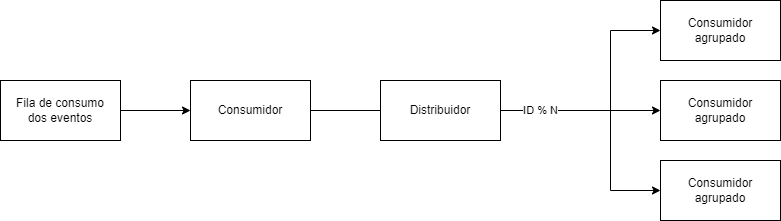
Above: scalability/pt-br/ProcessamentoSequencialAgrupado.drawio.png in brunodeuner/awesome-software-architecture (draw.io), before the change. Source tidied: cells renumbered, new cells last; positions are measured from the earlier drawing's top-left corner, leaving out a move shared by most shapes.
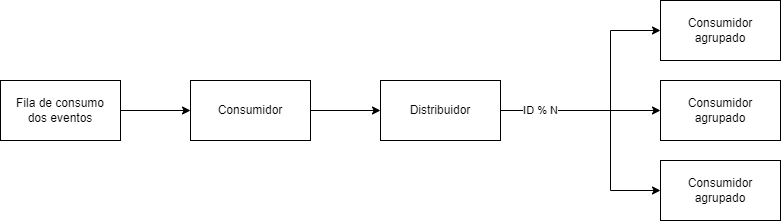
Later version of the same file.

Commit message:
ajustado seta no drawio no fluxo de ProcessamentoSequencialAgrupado

Diff of the diagram source:
```diff
@@ -24,6 +24,9 @@
         </Array>
       </mxGeometry>
     </mxCell>
+    <mxCell id="14" style="edgeStyle=orthogonalEdgeStyle;rounded=0;jettySize=auto;html=1;" parent="1" edge="1" source="6" target="13">
+      <mxGeometry relative="1" as="geometry" />
+    </mxCell>
     <mxCell id="6" value="Consumidor" style="rounded=0;whiteSpace=wrap;html=1;" parent="1" vertex="1">
       <mxGeometry x="190" y="80" width="120" height="60" as="geometry" />
     </mxCell>
@@ -39,12 +42,6 @@
     <mxCell id="10" value="ID % N" style="edgeStyle=orthogonalEdgeStyle;rounded=0;jettySize=auto;html=1;exitX=1;exitY=0.5;exitDx=0;exitDy=0;entryX=0;entryY=0.5;entryDx=0;entryDy=0;startArrow=none;" parent="1" edge="1" source="13" target="8">
       <mxGeometry x="-0.5" relative="1" as="geometry" />
     </mxCell>
-    <mxCell id="11" style="edgeStyle=orthogonalEdgeStyle;rounded=0;jettySize=auto;html=1;exitX=1;exitY=0.5;exitDx=0;exitDy=0;entryX=0;entryY=0.5;entryDx=0;entryDy=0;endArrow=none;" parent="1" edge="1" source="6" target="13">
-      <mxGeometry x="-0.71" relative="1" as="geometry" />
-    </mxCell>
-    <mxCell id="12" style="edgeStyle=orthogonalEdgeStyle;rounded=0;jettySize=auto;html=1;exitX=1;exitY=0.5;exitDx=0;exitDy=0;entryX=0;entryY=0.5;entryDx=0;entryDy=0;endArrow=none;" parent="1" edge="1" source="6" target="13">
-      <mxGeometry relative="1" as="geometry" />
-    </mxCell>
     <mxCell id="13" value="Distribuidor" style="rounded=0;whiteSpace=wrap;html=1;" parent="1" vertex="1">
       <mxGeometry x="380" y="80" width="120" height="60" as="geometry" />
     </mxCell>
```
